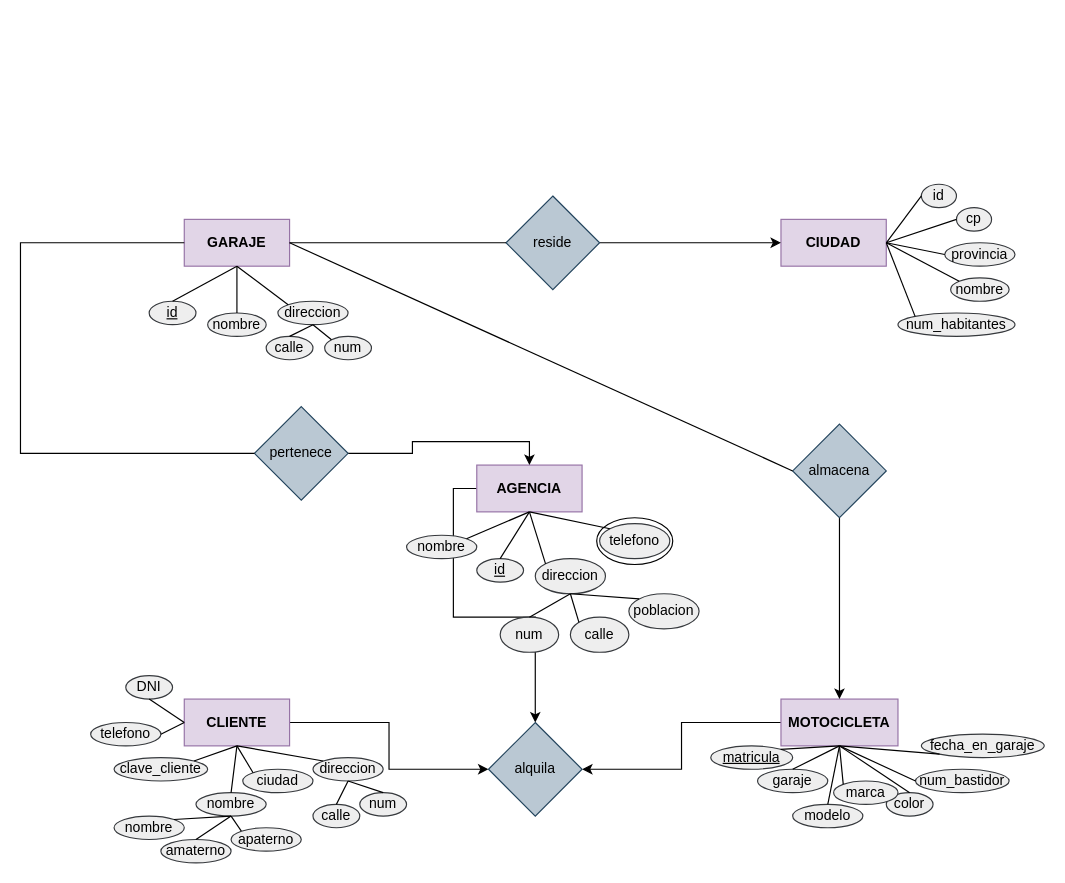
This is diagrama ER motocicletas TBD.drawio from misiomishi/itcj, a draw.io file, before an edit. Source tidied: cells renumbered, new cells numbered last; positions are measured from the earlier drawing's top-left corner, leaving out a move shared by most shapes. Both pictures are drawn from the tidied source at 117%, with x=0, y=0 at pixel (20, 184).
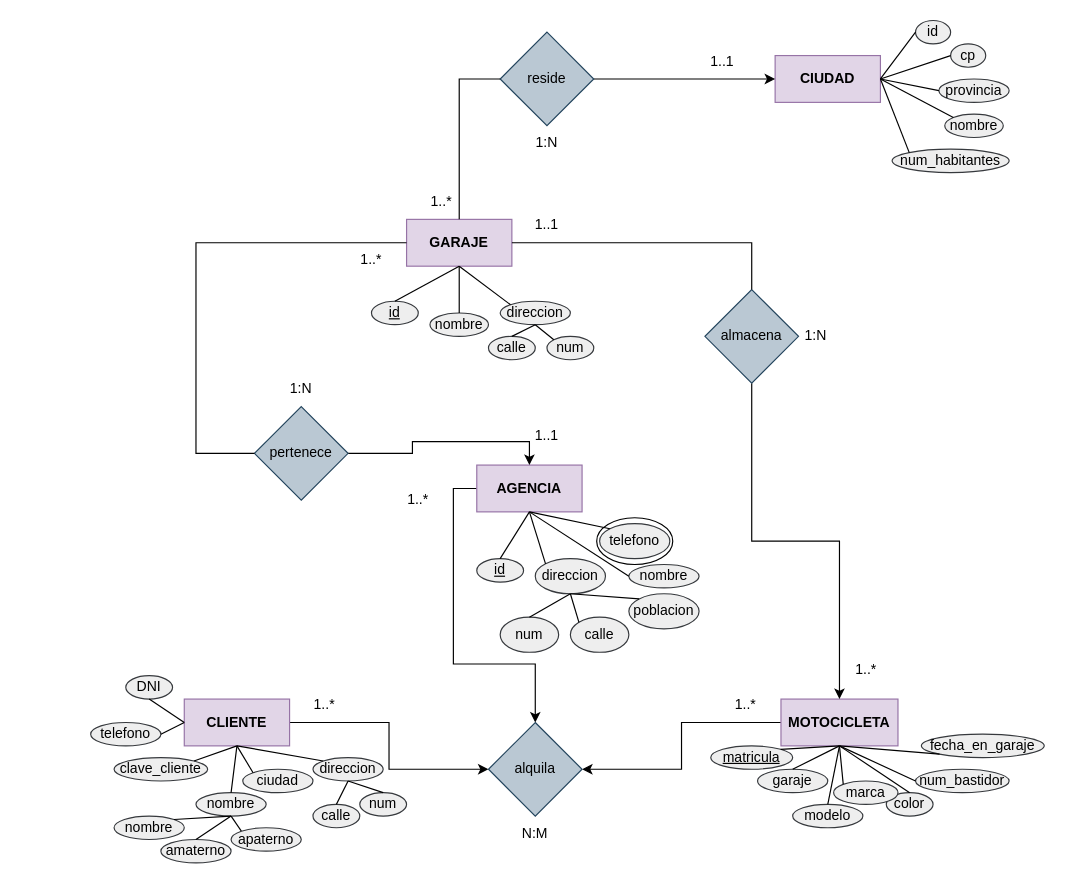
The same diagram, later.

The change refers to these unchanged cells:
```xml
<mxCell id="3" value="AGENCIA" style="rounded=0;whiteSpace=wrap;html=1;fillColor=#e1d5e7;strokeColor=#9673a6;fontStyle=1;" parent="1" vertex="1">
  <mxGeometry x="390" y="240" width="90" height="40" as="geometry" />
</mxCell>
<mxCell id="84" value="pertenece" style="rhombus;whiteSpace=wrap;html=1;fillColor=#bac8d3;strokeColor=#23445d;" parent="1" vertex="1">
  <mxGeometry x="200" y="190" width="80" height="80" as="geometry" />
</mxCell>
<mxCell id="87" value="alquila" style="rhombus;whiteSpace=wrap;html=1;fillColor=#bac8d3;strokeColor=#23445d;" parent="1" vertex="1">
  <mxGeometry x="400" y="460" width="80" height="80" as="geometry" />
</mxCell>
```

Diff of the diagram source:
```diff
@@
     <mxCell id="2" style="edgeStyle=orthogonalEdgeStyle;rounded=0;jettySize=auto;html=1;exitX=0;exitY=0.5;exitDx=0;exitDy=0;entryX=0.5;entryY=0;entryDx=0;entryDy=0;" parent="1" edge="1" source="3" target="87">
-      <mxGeometry relative="1" as="geometry" />
+      <mxGeometry relative="1" as="geometry">
+        <Array as="points">
+          <mxPoint x="370" y="260" />
+          <mxPoint x="370" y="410" />
+          <mxPoint x="440" y="410" />
+        </Array>
+      </mxGeometry>
     </mxCell>
@@
     <mxCell id="6" value="GARAJE" style="rounded=0;whiteSpace=wrap;html=1;fillColor=#e1d5e7;strokeColor=#9673a6;fontStyle=1;" parent="1" vertex="1">
-      <mxGeometry x="140" y="30" width="90" height="40" as="geometry" />
+      <mxGeometry x="330" y="30" width="90" height="40" as="geometry" />
     </mxCell>
     <mxCell id="7" value="CIUDAD" style="rounded=0;whiteSpace=wrap;html=1;fillColor=#e1d5e7;strokeColor=#9673a6;fontStyle=1;" parent="1" vertex="1">
-      <mxGeometry x="650" y="30" width="90" height="40" as="geometry" />
+      <mxGeometry x="645" y="-110" width="90" height="40" as="geometry" />
     </mxCell>
@@
     <mxCell id="10" value="nombre" style="ellipse;whiteSpace=wrap;html=1;fillColor=#eeeeee;strokeColor=#36393d;" parent="1" vertex="1">
-      <mxGeometry x="330" y="300" width="60" height="20" as="geometry" />
+      <mxGeometry x="520" y="325" width="60" height="20" as="geometry" />
     </mxCell>
@@
-    <mxCell id="17" style="endArrow=none;html=1;rounded=0;entryX=0.5;entryY=1;entryDx=0;entryDy=0;exitX=1;exitY=0;exitDx=0;exitDy=0;" parent="1" edge="1" source="10" target="3">
+    <mxCell id="17" style="endArrow=none;html=1;rounded=0;entryX=0.5;entryY=1;entryDx=0;entryDy=0;exitX=0;exitY=0.5;exitDx=0;exitDy=0;" parent="1" edge="1" source="10" target="3">
       <mxGeometry relative="1" as="geometry" />
     </mxCell>
@@
     <mxCell id="25" value="id" style="ellipse;whiteSpace=wrap;html=1;fillColor=#eeeeee;strokeColor=#36393d;fontStyle=4;" parent="1" vertex="1">
-      <mxGeometry x="110" y="100" width="40" height="20" as="geometry" />
+      <mxGeometry x="300" y="100" width="40" height="20" as="geometry" />
     </mxCell>
     <mxCell id="26" value="nombre" style="ellipse;whiteSpace=wrap;html=1;fillColor=#eeeeee;strokeColor=#36393d;" parent="1" vertex="1">
-      <mxGeometry x="160" y="110" width="50" height="20" as="geometry" />
+      <mxGeometry x="350" y="110" width="50" height="20" as="geometry" />
     </mxCell>
     <mxCell id="27" value="direccion" style="ellipse;whiteSpace=wrap;html=1;fillColor=#eeeeee;strokeColor=#36393d;" parent="1" vertex="1">
-      <mxGeometry x="220" y="100" width="60" height="20" as="geometry" />
+      <mxGeometry x="410" y="100" width="60" height="20" as="geometry" />
     </mxCell>
     <mxCell id="28" value="calle" style="ellipse;whiteSpace=wrap;html=1;fillColor=#eeeeee;strokeColor=#36393d;" parent="1" vertex="1">
-      <mxGeometry x="210" y="130" width="40" height="20" as="geometry" />
+      <mxGeometry x="400" y="130" width="40" height="20" as="geometry" />
     </mxCell>
     <mxCell id="29" value="num" style="ellipse;whiteSpace=wrap;html=1;fillColor=#eeeeee;strokeColor=#36393d;" parent="1" vertex="1">
-      <mxGeometry x="260" y="130" width="40" height="20" as="geometry" />
+      <mxGeometry x="450" y="130" width="40" height="20" as="geometry" />
     </mxCell>
@@
     <mxCell id="35" value="id" style="ellipse;whiteSpace=wrap;html=1;fillColor=#eeeeee;strokeColor=#36393d;" parent="1" vertex="1">
-      <mxGeometry x="770" width="30" height="20" as="geometry" />
+      <mxGeometry x="765" y="-140" width="30" height="20" as="geometry" />
     </mxCell>
     <mxCell id="36" value="nombre" style="ellipse;whiteSpace=wrap;html=1;fillColor=#eeeeee;strokeColor=#36393d;" parent="1" vertex="1">
-      <mxGeometry x="795" y="80" width="50" height="20" as="geometry" />
+      <mxGeometry x="790" y="-60" width="50" height="20" as="geometry" />
     </mxCell>
     <mxCell id="37" value="provincia" style="ellipse;whiteSpace=wrap;html=1;fillColor=#eeeeee;strokeColor=#36393d;" parent="1" vertex="1">
-      <mxGeometry x="790" y="50" width="60" height="20" as="geometry" />
+      <mxGeometry x="785" y="-90" width="60" height="20" as="geometry" />
     </mxCell>
     <mxCell id="38" value="num_habitantes" style="ellipse;whiteSpace=wrap;html=1;fillColor=#eeeeee;strokeColor=#36393d;" parent="1" vertex="1">
-      <mxGeometry x="750" y="110" width="100" height="20" as="geometry" />
+      <mxGeometry x="745" y="-30" width="100" height="20" as="geometry" />
     </mxCell>
     <mxCell id="39" value="cp" style="ellipse;whiteSpace=wrap;html=1;fillColor=#eeeeee;strokeColor=#36393d;" parent="1" vertex="1">
-      <mxGeometry x="800" y="20" width="30" height="20" as="geometry" />
+      <mxGeometry x="795" y="-120" width="30" height="20" as="geometry" />
     </mxCell>
@@
     <mxCell id="82" value="reside" style="rhombus;whiteSpace=wrap;html=1;fillColor=#bac8d3;strokeColor=#23445d;" parent="1" vertex="1">
-      <mxGeometry x="415" y="10" width="80" height="80" as="geometry" />
+      <mxGeometry x="410" y="-130" width="80" height="80" as="geometry" />
     </mxCell>
@@
     <mxCell id="86" value="almacena" style="rhombus;whiteSpace=wrap;html=1;fillColor=#bac8d3;strokeColor=#23445d;" parent="1" vertex="1">
-      <mxGeometry x="660" y="205" width="80" height="80" as="geometry" />
+      <mxGeometry x="585" y="90" width="80" height="80" as="geometry" />
     </mxCell>
@@
-    <mxCell id="88" style="endArrow=none;html=1;rounded=0;exitX=1;exitY=0.5;exitDx=0;exitDy=0;entryX=0;entryY=0.5;entryDx=0;entryDy=0;" parent="1" edge="1" source="6" target="82">
-      <mxGeometry relative="1" as="geometry" />
+    <mxCell id="88" style="endArrow=none;html=1;rounded=0;exitX=0.5;exitY=0;exitDx=0;exitDy=0;entryX=0;entryY=0.5;entryDx=0;entryDy=0;" parent="1" edge="1" source="6" target="82">
+      <mxGeometry relative="1" as="geometry">
+        <Array as="points">
+          <mxPoint x="375" y="-90" />
+        </Array>
+      </mxGeometry>
     </mxCell>
     <mxCell id="89" style="endArrow=none;html=1;rounded=0;entryX=0;entryY=0.5;entryDx=0;entryDy=0;exitX=0;exitY=0.5;exitDx=0;exitDy=0;" parent="1" edge="1" source="84" target="6">
       <mxGeometry relative="1" as="geometry">
         <Array as="points">
-          <mxPoint y="230" />
-          <mxPoint y="50" />
+          <mxPoint x="150" y="230" />
+          <mxPoint x="150" y="110" />
+          <mxPoint x="150" y="50" />
         </Array>
       </mxGeometry>
     </mxCell>
-    <mxCell id="90" style="endArrow=none;html=1;rounded=0;entryX=0;entryY=0.5;entryDx=0;entryDy=0;exitX=1;exitY=0.5;exitDx=0;exitDy=0;" parent="1" edge="1" source="6" target="86">
-      <mxGeometry relative="1" as="geometry" />
+    <mxCell id="90" style="endArrow=none;html=1;rounded=0;entryX=0.5;entryY=0;entryDx=0;entryDy=0;exitX=1;exitY=0.5;exitDx=0;exitDy=0;" parent="1" edge="1" source="6" target="86">
+      <mxGeometry relative="1" as="geometry">
+        <Array as="points">
+          <mxPoint x="625" y="50" />
+        </Array>
+      </mxGeometry>
     </mxCell>
+    <mxCell id="91" value="1..*" style="text;html=1;strokeColor=none;fillColor=none;align=center;verticalAlign=middle;whiteSpace=wrap;rounded=0;" parent="1" vertex="1">
+      <mxGeometry x="230" y="430" width="60" height="30" as="geometry" />
+    </mxCell>
+    <mxCell id="92" value="1..*" style="text;html=1;strokeColor=none;fillColor=none;align=center;verticalAlign=middle;whiteSpace=wrap;rounded=0;" parent="1" vertex="1">
+      <mxGeometry x="590" y="430" width="60" height="30" as="geometry" />
+    </mxCell>
+    <mxCell id="93" value="1..*" style="text;html=1;strokeColor=none;fillColor=none;align=center;verticalAlign=middle;whiteSpace=wrap;rounded=0;" parent="1" vertex="1">
+      <mxGeometry x="310" y="255" width="60" height="30" as="geometry" />
+    </mxCell>
+    <mxCell id="94" value="1..*" style="text;html=1;strokeColor=none;fillColor=none;align=center;verticalAlign=middle;whiteSpace=wrap;rounded=0;" parent="1" vertex="1">
+      <mxGeometry x="270" y="50" width="60" height="30" as="geometry" />
+    </mxCell>
+    <mxCell id="95" value="1..*" style="text;html=1;strokeColor=none;fillColor=none;align=center;verticalAlign=middle;whiteSpace=wrap;rounded=0;" parent="1" vertex="1">
+      <mxGeometry x="330" width="60" height="30" as="geometry" />
+    </mxCell>
+    <mxCell id="96" value="1..*" style="text;html=1;strokeColor=none;fillColor=none;align=center;verticalAlign=middle;whiteSpace=wrap;rounded=0;" parent="1" vertex="1">
+      <mxGeometry x="692.5" y="400" width="60" height="30" as="geometry" />
+    </mxCell>
+    <mxCell id="97" value="1..1" style="text;html=1;strokeColor=none;fillColor=none;align=center;verticalAlign=middle;whiteSpace=wrap;rounded=0;" parent="1" vertex="1">
+      <mxGeometry x="420" y="200" width="60" height="30" as="geometry" />
+    </mxCell>
+    <mxCell id="98" value="1..1" style="text;html=1;strokeColor=none;fillColor=none;align=center;verticalAlign=middle;whiteSpace=wrap;rounded=0;" parent="1" vertex="1">
+      <mxGeometry x="570" y="-120" width="60" height="30" as="geometry" />
+    </mxCell>
+    <mxCell id="99" value="1..1" style="text;html=1;strokeColor=none;fillColor=none;align=center;verticalAlign=middle;whiteSpace=wrap;rounded=0;" parent="1" vertex="1">
+      <mxGeometry x="420" y="20" width="60" height="30" as="geometry" />
+    </mxCell>
+    <mxCell id="100" value="1:N" style="text;html=1;strokeColor=none;fillColor=none;align=center;verticalAlign=middle;whiteSpace=wrap;rounded=0;" parent="1" vertex="1">
+      <mxGeometry x="650" y="115" width="60" height="30" as="geometry" />
+    </mxCell>
+    <mxCell id="101" value="1:N" style="text;html=1;strokeColor=none;fillColor=none;align=center;verticalAlign=middle;whiteSpace=wrap;rounded=0;" parent="1" vertex="1">
+      <mxGeometry x="420" y="-50" width="60" height="30" as="geometry" />
+    </mxCell>
+    <mxCell id="102" value="1:N" style="text;html=1;strokeColor=none;fillColor=none;align=center;verticalAlign=middle;whiteSpace=wrap;rounded=0;" parent="1" vertex="1">
+      <mxGeometry x="210" y="160" width="60" height="30" as="geometry" />
+    </mxCell>
+    <mxCell id="103" value="N:M" style="text;html=1;strokeColor=none;fillColor=none;align=center;verticalAlign=middle;whiteSpace=wrap;rounded=0;" parent="1" vertex="1">
+      <mxGeometry x="410" y="540" width="60" height="30" as="geometry" />
+    </mxCell>
```
